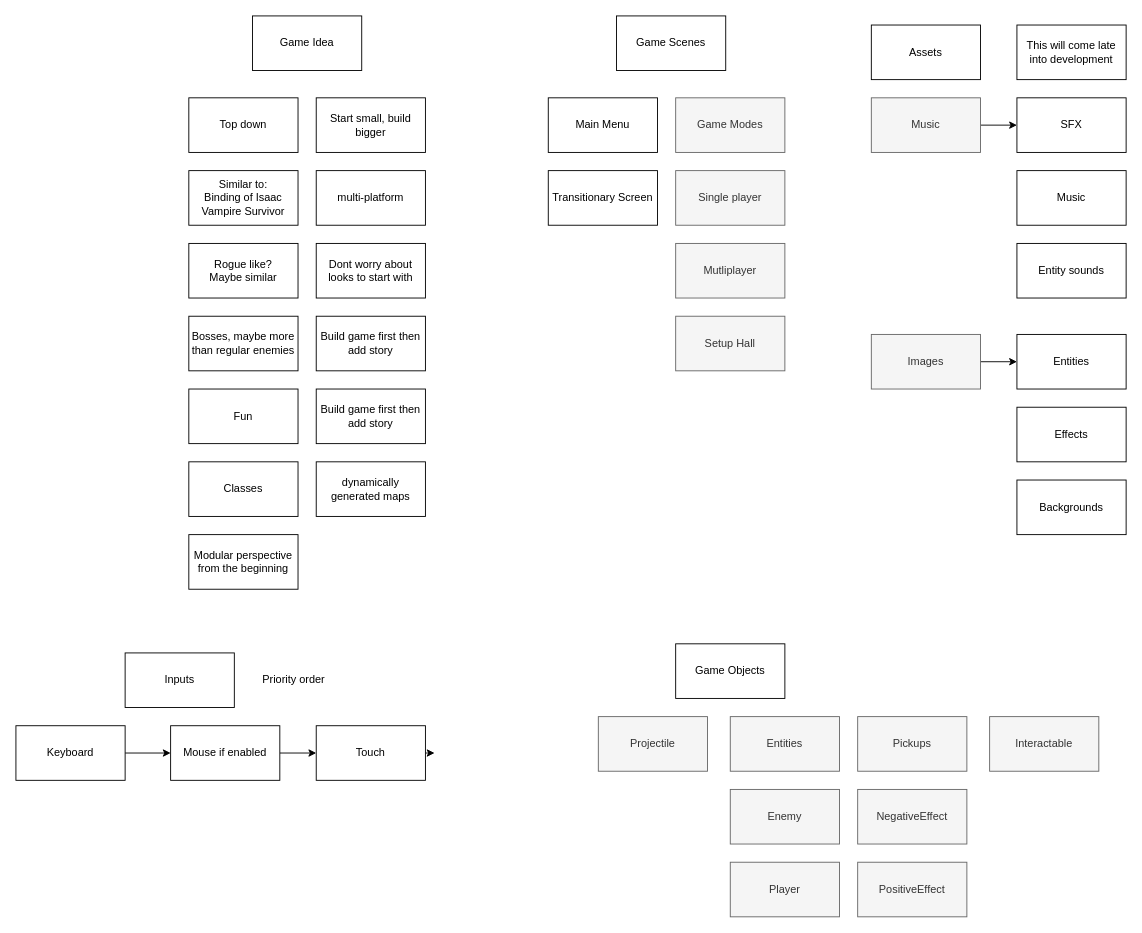
Before: plans/brainstorm.drawio in Edrito/Runefire, a draw.io diagram. Source tidied: cells renumbered, new cells numbered last; positions are measured from the earlier drawing's top-left corner, leaving out a move shared by most shapes. Both pictures are drawn from the tidied source at 91%, with x=0, y=0 at pixel (15, 15).
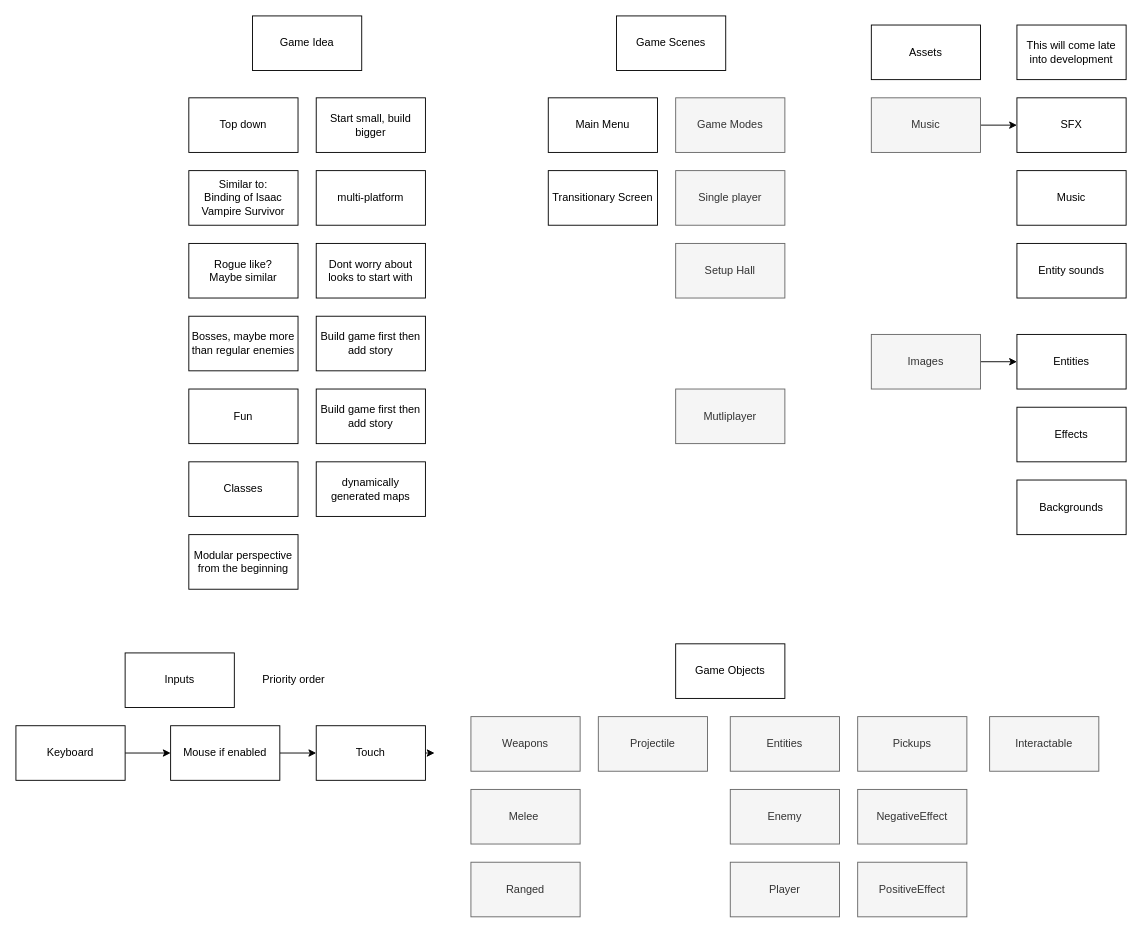
The same diagram, later.

The edit, as a diff of the source:
```diff
@@
     <mxCell id="19" value="Mutliplayer" style="rounded=0;whiteSpace=wrap;html=1;fillColor=#f5f5f5;strokeColor=#666666;fontColor=#333333;" parent="1" vertex="1">
-      <mxGeometry x="725" y="250" width="120" height="60" as="geometry" />
+      <mxGeometry x="725" y="410" width="120" height="60" as="geometry" />
     </mxCell>
     <mxCell id="20" value="Setup Hall" style="rounded=0;whiteSpace=wrap;html=1;fillColor=#f5f5f5;strokeColor=#666666;fontColor=#333333;" parent="1" vertex="1">
-      <mxGeometry x="725" y="330" width="120" height="60" as="geometry" />
+      <mxGeometry x="725" y="250" width="120" height="60" as="geometry" />
     </mxCell>
@@
+    <mxCell id="52" value="Weapons" style="rounded=0;whiteSpace=wrap;html=1;fillColor=#f5f5f5;strokeColor=#666666;fontColor=#333333;" parent="1" vertex="1">
+      <mxGeometry x="500" y="770" width="120" height="60" as="geometry" />
+    </mxCell>
+    <mxCell id="53" value="Melee&lt;span style=&quot;white-space: pre;&quot;&gt; &lt;/span&gt;" style="rounded=0;whiteSpace=wrap;html=1;fillColor=#f5f5f5;strokeColor=#666666;fontColor=#333333;" parent="1" vertex="1">
+      <mxGeometry x="500" y="850" width="120" height="60" as="geometry" />
+    </mxCell>
+    <mxCell id="54" value="Ranged" style="rounded=0;whiteSpace=wrap;html=1;fillColor=#f5f5f5;strokeColor=#666666;fontColor=#333333;" parent="1" vertex="1">
+      <mxGeometry x="500" y="930" width="120" height="60" as="geometry" />
+    </mxCell>
```
